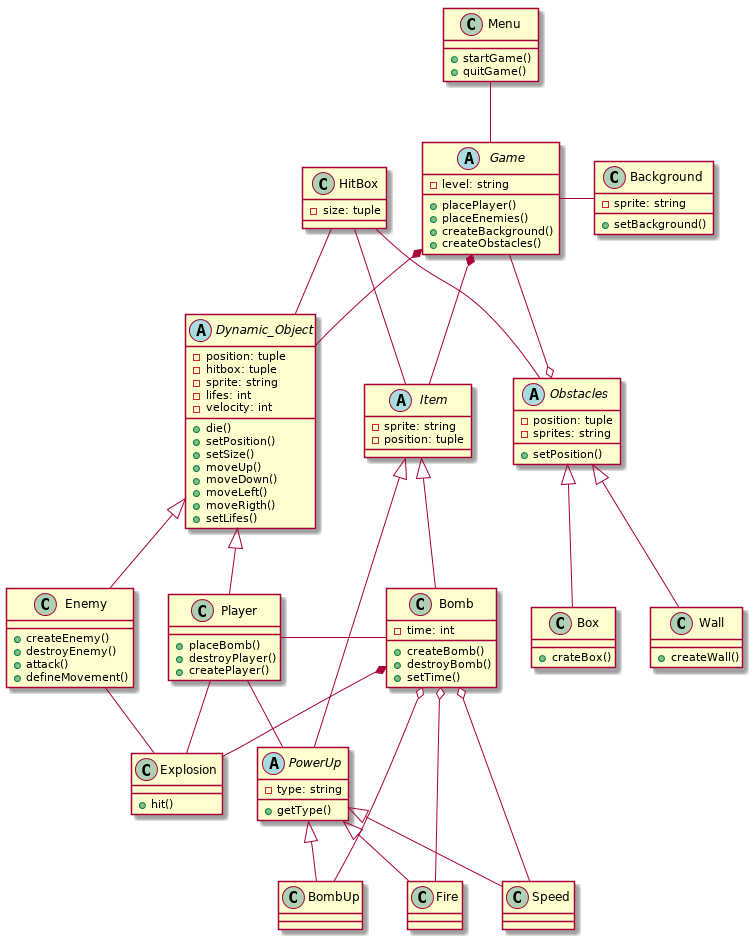
Above: Bomberman UML/Diagrama de clases/ver1/Bomberman_UML_Clases_v.1.png in vtroitio/Bomberman (PlantUML), before the change.
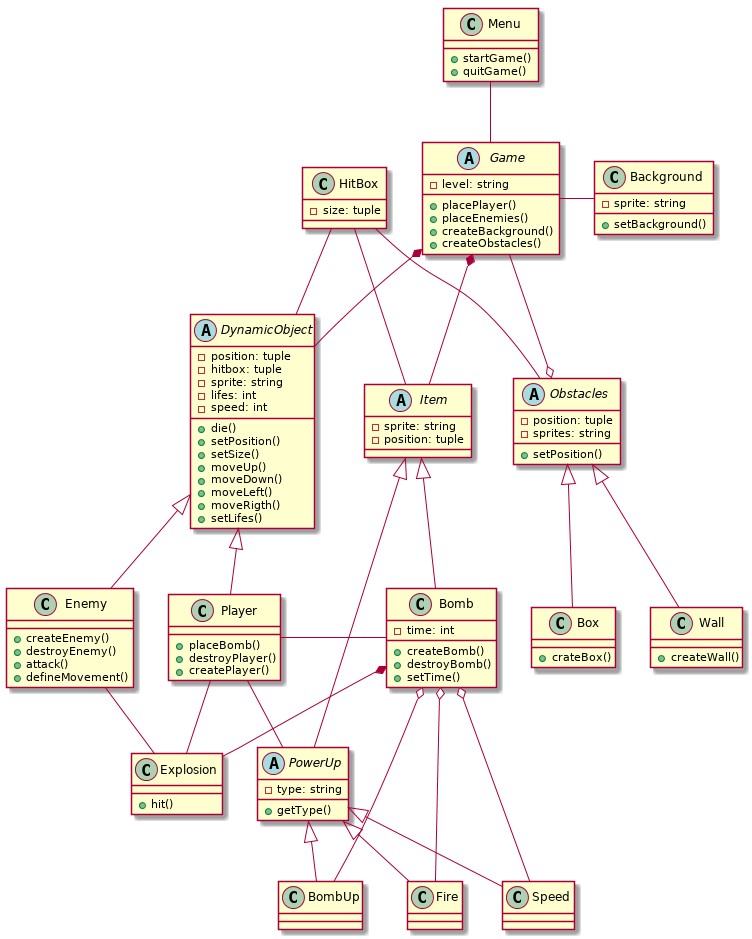
The same diagram one commit later.

Commit message:
Corrijo Diagrama de clases

Diff of the diagram source:
```diff
@@ -17,12 +17,12 @@
   +createObstacles()
 }
 
-abstract class Dynamic_Object{
+abstract class DynamicObject{
   -position: tuple
   -hitbox: tuple
   -sprite: string
   -lifes: int
-  -velocity: int
+  -speed: int
   +die()
   +setPosition()
   +setSize()
@@ -99,8 +99,8 @@
 
 Obstacles <|--  Wall
 Obstacles <|-- Box
-Dynamic_Object <|-- Enemy
-Dynamic_Object <|-- Player
+DynamicObject <|-- Enemy
+DynamicObject <|-- Player
 Player - Bomb
 Player -- PowerUp
 Player -- Explosion
@@ -114,11 +114,11 @@
 Item <|-- Bomb
 Item <|-- PowerUp
 Game *-- Item
-Game *-- Dynamic_Object
+Game *-- DynamicObject
 Game --right Background
 Obstacles o--up Game
 Menu -- Game
-HitBox -- Dynamic_Object
+HitBox -- DynamicObject
 HitBox -- Item
 HitBox -- Obstacles
 Enemy -- Explosion
```
